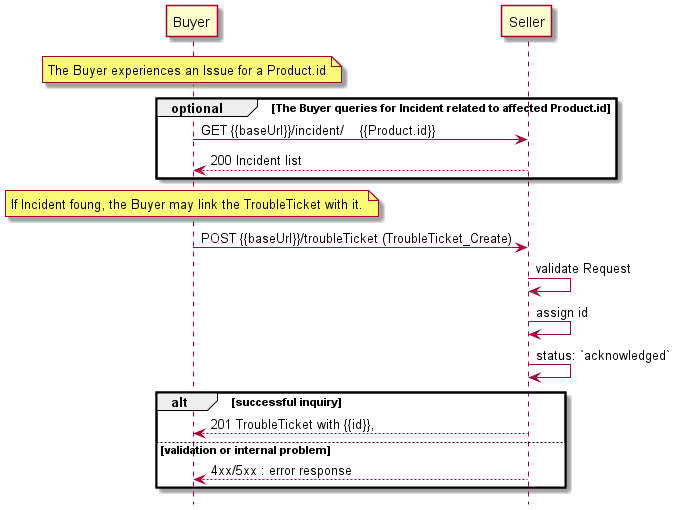
This is documentation/productApi/troubleTicket/media/useCase1Flow.png from MEF-GIT/MEF-LSO-Sonata-SDK, a PlantUML export, as it was before one commit. Its diagram source:
```plantuml
@startuml

hide footbox

participant Buyer
participant Seller



note over Buyer : The Buyer experiences an Issue for a Product.id

group optional [The Buyer queries for Incident related to affected Product.id]
  Buyer -> Seller: GET {{baseUrl}}/incident/    {{Product.id}}
  return 200 Incident list
end
note over Buyer : If Incident foung, the Buyer may link the TroubleTicket with it.

Buyer -> Seller : POST {{baseUrl}}/troubleTicket (TroubleTicket_Create)
Seller -> Seller : validate Request
Seller -> Seller : assign id
Seller -> Seller : status: `acknowledged`
alt successful inquiry
    Buyer <-- Seller : 201 TroubleTicket with {{id}},
else validation or internal problem
    Buyer <-- Seller: 4xx/5xx : error response
end
@enduml
```
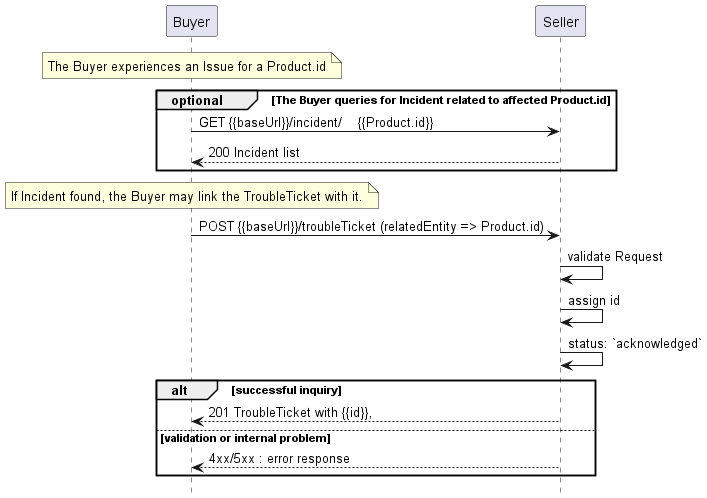
The same file after the commit.

Diff of the diagram source:
```diff
@@ -13,9 +13,9 @@
   Buyer -> Seller: GET {{baseUrl}}/incident/    {{Product.id}}
   return 200 Incident list
 end
-note over Buyer : If Incident foung, the Buyer may link the TroubleTicket with it.
+note over Buyer : If Incident found, the Buyer may link the TroubleTicket with it.
 
-Buyer -> Seller : POST {{baseUrl}}/troubleTicket (TroubleTicket_Create)
+Buyer -> Seller : POST {{baseUrl}}/troubleTicket (relatedEntity => Product.id)
 Seller -> Seller : validate Request
 Seller -> Seller : assign id
 Seller -> Seller : status: `acknowledged`
```
